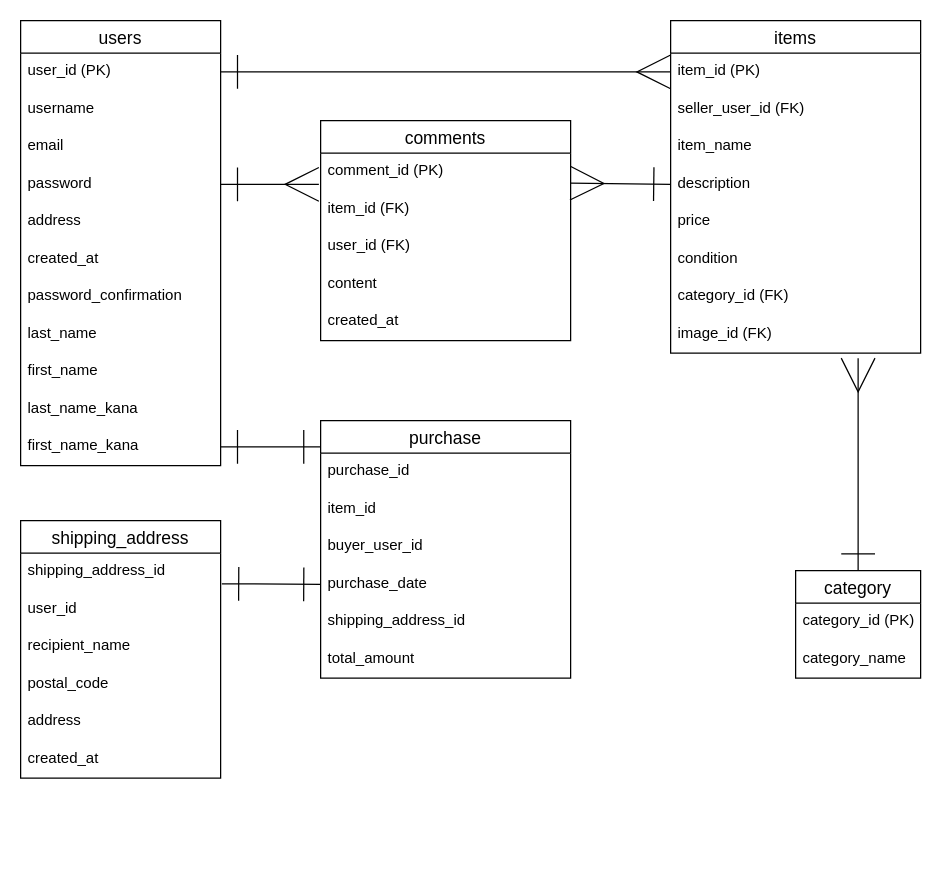
kny19/furima2-39639 keeps this draw.io diagram as test.dio. Above is the earlier version. Source tidied: cells renumbered, new cells numbered last; positions are measured from the earlier drawing's top-left corner, leaving out a move shared by most shapes. Both pictures are drawn from the tidied source at 125%, with x=0, y=0 at pixel (20, 20).
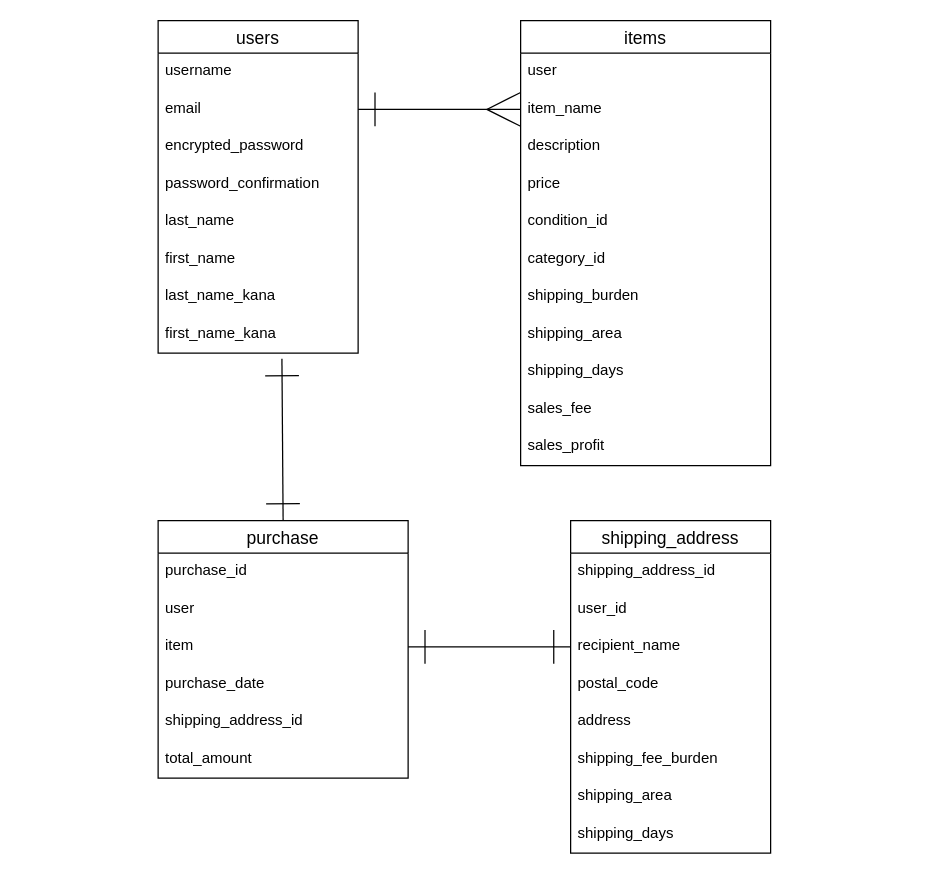
After the change.

Unchanged cells that the change refers to:
```xml
<mxCell id="35" value="user_id" style="text;strokeColor=none;fillColor=none;spacingLeft=4;spacingRight=4;overflow=hidden;points=[[0,0.5],[1,0.5]];portConstraint=eastwest;fontSize=12;" parent="33" vertex="1">
  <mxGeometry y="56" width="160" height="30" as="geometry" />
</mxCell>
<mxCell id="36" value="recipient_name" style="text;strokeColor=none;fillColor=none;spacingLeft=4;spacingRight=4;overflow=hidden;points=[[0,0.5],[1,0.5]];portConstraint=eastwest;fontSize=12;" parent="33" vertex="1">
  <mxGeometry y="86" width="160" height="30" as="geometry" />
</mxCell>
<mxCell id="48" value="purchase_date" style="text;strokeColor=none;fillColor=none;spacingLeft=4;spacingRight=4;overflow=hidden;points=[[0,0.5],[1,0.5]];portConstraint=eastwest;fontSize=12;" parent="44" vertex="1">
  <mxGeometry y="116" width="200" height="30" as="geometry" />
</mxCell>
```

Diff of the diagram source:
```diff
@@
     <mxCell id="2" value="users" style="swimlane;fontStyle=0;horizontal=1;startSize=26;align=center;fontSize=14;" parent="1" vertex="1">
-      <mxGeometry width="160" height="356" as="geometry" />
+      <mxGeometry x="110" width="160" height="266" as="geometry" />
     </mxCell>
-    <mxCell id="3" value="user_id (PK)" style="text;strokeColor=none;fillColor=none;spacingLeft=4;spacingRight=4;overflow=hidden;points=[[0,0.5],[1,0.5]];portConstraint=eastwest;fontSize=12;" parent="2" vertex="1">
+    <mxCell id="3" value="username" style="text;strokeColor=none;fillColor=none;spacingLeft=4;spacingRight=4;overflow=hidden;points=[[0,0.5],[1,0.5]];portConstraint=eastwest;fontSize=12;" parent="2" vertex="1">
       <mxGeometry y="26" width="160" height="30" as="geometry" />
     </mxCell>
-    <mxCell id="4" value="username" style="text;strokeColor=none;fillColor=none;spacingLeft=4;spacingRight=4;overflow=hidden;points=[[0,0.5],[1,0.5]];portConstraint=eastwest;fontSize=12;" parent="2" vertex="1">
+    <mxCell id="4" value="email" style="text;strokeColor=none;fillColor=none;spacingLeft=4;spacingRight=4;overflow=hidden;points=[[0,0.5],[1,0.5]];portConstraint=eastwest;fontSize=12;" parent="2" vertex="1">
       <mxGeometry y="56" width="160" height="30" as="geometry" />
     </mxCell>
-    <mxCell id="5" value="email" style="text;strokeColor=none;fillColor=none;spacingLeft=4;spacingRight=4;overflow=hidden;fontSize=12;" parent="2" vertex="1">
+    <mxCell id="5" value="encrypted_password" style="text;strokeColor=none;fillColor=none;spacingLeft=4;spacingRight=4;overflow=hidden;fontSize=12;" parent="2" vertex="1">
       <mxGeometry y="86" width="160" height="30" as="geometry" />
     </mxCell>
-    <mxCell id="6" value="password" style="text;strokeColor=none;fillColor=none;spacingLeft=4;spacingRight=4;overflow=hidden;points=[[0,0.5],[1,0.5]];portConstraint=eastwest;fontSize=12;" parent="2" vertex="1">
+    <mxCell id="6" value="password_confirmation" style="text;strokeColor=none;fillColor=none;spacingLeft=4;spacingRight=4;overflow=hidden;points=[[0,0.5],[1,0.5]];portConstraint=eastwest;fontSize=12;" parent="2" vertex="1">
       <mxGeometry y="116" width="160" height="30" as="geometry" />
     </mxCell>
-    <mxCell id="7" value="address" style="text;strokeColor=none;fillColor=none;spacingLeft=4;spacingRight=4;overflow=hidden;fontSize=12;" parent="2" vertex="1">
-      <mxGeometry y="146" width="160" height="30" as="geometry" />
-    </mxCell>
-    <mxCell id="8" value="created_at" style="text;strokeColor=none;fillColor=none;spacingLeft=4;spacingRight=4;overflow=hidden;fontSize=12;" parent="2" vertex="1">
-      <mxGeometry y="176" width="160" height="30" as="geometry" />
-    </mxCell>
-    <mxCell id="9" value="password_confirmation" style="text;strokeColor=none;fillColor=none;spacingLeft=4;spacingRight=4;overflow=hidden;fontSize=12;" parent="2" vertex="1">
-      <mxGeometry y="206" width="160" height="30" as="geometry" />
+    <mxCell id="9" value="last_name" style="text;strokeColor=none;fillColor=none;spacingLeft=4;spacingRight=4;overflow=hidden;fontSize=12;" parent="2" vertex="1">
+      <mxGeometry y="146" width="160" height="30" as="geometry" />
     </mxCell>
-    <mxCell id="10" value=" last_name" style="text;strokeColor=none;fillColor=none;spacingLeft=4;spacingRight=4;overflow=hidden;fontSize=12;" parent="2" vertex="1">
-      <mxGeometry y="236" width="160" height="30" as="geometry" />
+    <mxCell id="10" value="first_name" style="text;strokeColor=none;fillColor=none;spacingLeft=4;spacingRight=4;overflow=hidden;fontSize=12;" parent="2" vertex="1">
+      <mxGeometry y="176" width="160" height="30" as="geometry" />
     </mxCell>
-    <mxCell id="11" value="first_name" style="text;strokeColor=none;fillColor=none;spacingLeft=4;spacingRight=4;overflow=hidden;fontSize=12;" parent="2" vertex="1">
-      <mxGeometry y="266" width="160" height="30" as="geometry" />
+    <mxCell id="11" value="last_name_kana" style="text;strokeColor=none;fillColor=none;spacingLeft=4;spacingRight=4;overflow=hidden;fontSize=12;" parent="2" vertex="1">
+      <mxGeometry y="206" width="160" height="30" as="geometry" />
     </mxCell>
-    <mxCell id="12" value="last_name_kana" style="text;strokeColor=none;fillColor=none;spacingLeft=4;spacingRight=4;overflow=hidden;points=[[0,0.5],[1,0.5]];portConstraint=eastwest;fontSize=12;" parent="2" vertex="1">
-      <mxGeometry y="296" width="160" height="30" as="geometry" />
+    <mxCell id="12" value="first_name_kana" style="text;strokeColor=none;fillColor=none;spacingLeft=4;spacingRight=4;overflow=hidden;points=[[0,0.5],[1,0.5]];portConstraint=eastwest;fontSize=12;" parent="2" vertex="1">
+      <mxGeometry y="236" width="160" height="30" as="geometry" />
     </mxCell>
-    <mxCell id="13" value="first_name_kana" style="text;strokeColor=none;fillColor=none;spacingLeft=4;spacingRight=4;overflow=hidden;points=[[0,0.5],[1,0.5]];portConstraint=eastwest;fontSize=12;" parent="2" vertex="1">
-      <mxGeometry y="326" width="160" height="30" as="geometry" />
-    </mxCell>
     <mxCell id="14" value="items" style="swimlane;fontStyle=0;horizontal=1;startSize=26;align=center;fontSize=14;" parent="1" vertex="1">
-      <mxGeometry x="520" width="200" height="266" as="geometry" />
+      <mxGeometry x="400" width="200" height="356" as="geometry" />
     </mxCell>
-    <mxCell id="15" value="item_id (PK)" style="text;strokeColor=none;fillColor=none;spacingLeft=4;spacingRight=4;overflow=hidden;points=[[0,0.5],[1,0.5]];portConstraint=eastwest;fontSize=12;" parent="14" vertex="1">
+    <mxCell id="15" value="user" style="text;strokeColor=none;fillColor=none;spacingLeft=4;spacingRight=4;overflow=hidden;points=[[0,0.5],[1,0.5]];portConstraint=eastwest;fontSize=12;" parent="14" vertex="1">
       <mxGeometry y="26" width="200" height="30" as="geometry" />
     </mxCell>
-    <mxCell id="16" value="seller_user_id (FK)" style="text;strokeColor=none;fillColor=none;spacingLeft=4;spacingRight=4;overflow=hidden;points=[[0,0.5],[1,0.5]];portConstraint=eastwest;fontSize=12;" parent="14" vertex="1">
+    <mxCell id="16" value="item_name" style="text;strokeColor=none;fillColor=none;spacingLeft=4;spacingRight=4;overflow=hidden;points=[[0,0.5],[1,0.5]];portConstraint=eastwest;fontSize=12;" parent="14" vertex="1">
       <mxGeometry y="56" width="200" height="30" as="geometry" />
     </mxCell>
-    <mxCell id="17" value="item_name" style="text;strokeColor=none;fillColor=none;spacingLeft=4;spacingRight=4;overflow=hidden;fontSize=12;" parent="14" vertex="1">
+    <mxCell id="17" value="description" style="text;strokeColor=none;fillColor=none;spacingLeft=4;spacingRight=4;overflow=hidden;fontSize=12;" parent="14" vertex="1">
       <mxGeometry y="86" width="200" height="30" as="geometry" />
     </mxCell>
-    <mxCell id="18" value="description" style="text;strokeColor=none;fillColor=none;spacingLeft=4;spacingRight=4;overflow=hidden;points=[[0,0.5],[1,0.5]];portConstraint=eastwest;fontSize=12;" parent="14" vertex="1">
+    <mxCell id="18" value="price" style="text;strokeColor=none;fillColor=none;spacingLeft=4;spacingRight=4;overflow=hidden;points=[[0,0.5],[1,0.5]];portConstraint=eastwest;fontSize=12;" parent="14" vertex="1">
       <mxGeometry y="116" width="200" height="30" as="geometry" />
     </mxCell>
-    <mxCell id="19" value="price" style="text;strokeColor=none;fillColor=none;spacingLeft=4;spacingRight=4;overflow=hidden;fontSize=12;" parent="14" vertex="1">
+    <mxCell id="19" value="condition_id" style="text;strokeColor=none;fillColor=none;spacingLeft=4;spacingRight=4;overflow=hidden;fontSize=12;" parent="14" vertex="1">
       <mxGeometry y="146" width="200" height="30" as="geometry" />
     </mxCell>
-    <mxCell id="20" value="condition" style="text;strokeColor=none;fillColor=none;spacingLeft=4;spacingRight=4;overflow=hidden;fontSize=12;" parent="14" vertex="1">
+    <mxCell id="20" value="category_id" style="text;strokeColor=none;fillColor=none;spacingLeft=4;spacingRight=4;overflow=hidden;fontSize=12;" parent="14" vertex="1">
       <mxGeometry y="176" width="200" height="30" as="geometry" />
     </mxCell>
-    <mxCell id="21" value="category_id (FK)" style="text;strokeColor=none;fillColor=none;spacingLeft=4;spacingRight=4;overflow=hidden;fontSize=12;" parent="14" vertex="1">
+    <mxCell id="21" value="shipping_burden" style="text;strokeColor=none;fillColor=none;spacingLeft=4;spacingRight=4;overflow=hidden;fontSize=12;" parent="14" vertex="1">
       <mxGeometry y="206" width="200" height="30" as="geometry" />
     </mxCell>
+    <mxCell id="52" value="shipping_area" style="text;strokeColor=none;fillColor=none;spacingLeft=4;spacingRight=4;overflow=hidden;fontSize=12;" parent="14" vertex="1">
+      <mxGeometry y="236" width="200" height="30" as="geometry" />
+    </mxCell>
+    <mxCell id="53" value="shipping_days" style="text;strokeColor=none;fillColor=none;spacingLeft=4;spacingRight=4;overflow=hidden;fontSize=12;" parent="14" vertex="1">
+      <mxGeometry y="266" width="200" height="30" as="geometry" />
+    </mxCell>
+    <mxCell id="54" value="sales_fee" style="text;strokeColor=none;fillColor=none;spacingLeft=4;spacingRight=4;overflow=hidden;fontSize=12;" parent="14" vertex="1">
+      <mxGeometry y="296" width="200" height="30" as="geometry" />
+    </mxCell>
-    <mxCell id="22" value="image_id (FK)" style="text;strokeColor=none;fillColor=none;spacingLeft=4;spacingRight=4;overflow=hidden;fontSize=12;" parent="14" vertex="1">
-      <mxGeometry y="236" width="200" height="30" as="geometry" />
+    <mxCell id="22" value="sales_profit" style="text;strokeColor=none;fillColor=none;spacingLeft=4;spacingRight=4;overflow=hidden;fontSize=12;" parent="14" vertex="1">
+      <mxGeometry y="326" width="200" height="30" as="geometry" />
     </mxCell>
-    <mxCell id="23" value="comments" style="swimlane;fontStyle=0;horizontal=1;startSize=26;align=center;fontSize=14;" parent="1" vertex="1">
-      <mxGeometry x="240" y="80" width="200" height="176" as="geometry" />
-    </mxCell>
-    <mxCell id="24" value="comment_id (PK)" style="text;strokeColor=none;fillColor=none;spacingLeft=4;spacingRight=4;overflow=hidden;points=[[0,0.5],[1,0.5]];portConstraint=eastwest;fontSize=12;" parent="23" vertex="1">
-      <mxGeometry y="26" width="200" height="30" as="geometry" />
-    </mxCell>
-    <mxCell id="25" value="item_id (FK)" style="text;strokeColor=none;fillColor=none;spacingLeft=4;spacingRight=4;overflow=hidden;fontSize=12;" parent="23" vertex="1">
-      <mxGeometry y="56" width="200" height="30" as="geometry" />
-    </mxCell>
-    <mxCell id="26" value="user_id (FK)" style="text;strokeColor=none;fillColor=none;spacingLeft=4;spacingRight=4;overflow=hidden;fontSize=12;" parent="23" vertex="1">
-      <mxGeometry y="86" width="200" height="30" as="geometry" />
-    </mxCell>
-    <mxCell id="27" value="content" style="text;strokeColor=none;fillColor=none;spacingLeft=4;spacingRight=4;overflow=hidden;fontSize=12;" parent="23" vertex="1">
-      <mxGeometry y="116" width="200" height="30" as="geometry" />
-    </mxCell>
-    <mxCell id="28" value="created_at" style="text;strokeColor=none;fillColor=none;spacingLeft=4;spacingRight=4;overflow=hidden;fontSize=12;" parent="23" vertex="1">
-      <mxGeometry y="146" width="200" height="30" as="geometry" />
-    </mxCell>
-    <mxCell id="29" style="edgeStyle=none;html=1;exitX=0.5;exitY=0;exitDx=0;exitDy=0;startArrow=ERone;startFill=0;endArrow=ERmany;endFill=0;startSize=25;endSize=25;targetPerimeterSpacing=21;" parent="1" edge="1" source="30">
-      <mxGeometry relative="1" as="geometry">
-        <mxPoint x="670" y="270" as="targetPoint" />
-      </mxGeometry>
-    </mxCell>
-    <mxCell id="30" value="category" style="swimlane;fontStyle=0;horizontal=1;startSize=26;align=center;fontSize=14;" parent="1" vertex="1">
-      <mxGeometry x="620" y="440" width="100" height="86" as="geometry" />
-    </mxCell>
-    <mxCell id="31" value="category_id (PK)" style="text;strokeColor=none;fillColor=none;spacingLeft=4;spacingRight=4;overflow=hidden;fontSize=12;" parent="30" vertex="1">
-      <mxGeometry y="26" width="100" height="30" as="geometry" />
-    </mxCell>
-    <mxCell id="32" value="category_name" style="text;strokeColor=none;fillColor=none;spacingLeft=4;spacingRight=4;overflow=hidden;fontSize=12;" parent="30" vertex="1">
-      <mxGeometry y="56" width="100" height="30" as="geometry" />
-    </mxCell>
     <mxCell id="33" value="shipping_address" style="swimlane;fontStyle=0;horizontal=1;startSize=26;align=center;fontSize=14;" parent="1" vertex="1">
-      <mxGeometry y="400" width="160" height="206" as="geometry" />
+      <mxGeometry x="440" y="400" width="160" height="266" as="geometry" />
     </mxCell>
@@
-    <mxCell id="39" value="created_at" style="text;strokeColor=none;fillColor=none;spacingLeft=4;spacingRight=4;overflow=hidden;fontSize=12;" parent="33" vertex="1">
+    <mxCell id="39" value="shipping_fee_burden" style="text;strokeColor=none;fillColor=none;spacingLeft=4;spacingRight=4;overflow=hidden;fontSize=12;" parent="33" vertex="1">
       <mxGeometry y="176" width="160" height="30" as="geometry" />
     </mxCell>
-    <mxCell id="40" style="edgeStyle=none;html=1;exitX=1;exitY=0.5;exitDx=0;exitDy=0;entryX=0;entryY=0.5;entryDx=0;entryDy=0;endArrow=ERmany;endFill=0;startArrow=ERone;startFill=0;endSize=25;startSize=25;targetPerimeterSpacing=21;" parent="1" edge="1" source="3" target="15">
-      <mxGeometry relative="1" as="geometry" />
-    </mxCell>
-    <mxCell id="41" style="edgeStyle=none;html=1;exitX=1;exitY=0.5;exitDx=0;exitDy=0;startArrow=ERone;startFill=0;endArrow=ERmany;endFill=0;startSize=25;endSize=25;targetPerimeterSpacing=21;entryX=-0.007;entryY=0.833;entryDx=0;entryDy=0;entryPerimeter=0;" parent="1" edge="1" source="6" target="24">
-      <mxGeometry relative="1" as="geometry" />
-    </mxCell>
-    <mxCell id="42" style="edgeStyle=none;html=1;exitX=0;exitY=0.5;exitDx=0;exitDy=0;entryX=0.998;entryY=0.8;entryDx=0;entryDy=0;entryPerimeter=0;startArrow=ERone;startFill=0;endArrow=ERmany;endFill=0;startSize=25;endSize=25;targetPerimeterSpacing=21;" parent="1" edge="1" source="18" target="24">
-      <mxGeometry relative="1" as="geometry" />
-    </mxCell>
-    <mxCell id="43" style="edgeStyle=none;html=1;exitX=1;exitY=0.5;exitDx=0;exitDy=0;startArrow=ERone;startFill=0;endArrow=ERone;endFill=0;startSize=25;endSize=25;targetPerimeterSpacing=21;" parent="1" edge="1" source="13">
-      <mxGeometry relative="1" as="geometry">
-        <mxPoint x="240" y="341" as="targetPoint" />
-      </mxGeometry>
-    </mxCell>
+    <mxCell id="55" value="shipping_area" style="text;strokeColor=none;fillColor=none;spacingLeft=4;spacingRight=4;overflow=hidden;fontSize=12;" parent="33" vertex="1">
+      <mxGeometry y="206" width="160" height="30" as="geometry" />
+    </mxCell>
+    <mxCell id="56" value="shipping_days" style="text;strokeColor=none;fillColor=none;spacingLeft=4;spacingRight=4;overflow=hidden;fontSize=12;" parent="33" vertex="1">
+      <mxGeometry y="236" width="160" height="30" as="geometry" />
+    </mxCell>
+    <mxCell id="57" style="edgeStyle=none;html=1;exitX=0.5;exitY=0;exitDx=0;exitDy=0;entryX=0.619;entryY=1.15;entryDx=0;entryDy=0;entryPerimeter=0;startArrow=ERone;startFill=0;endArrow=ERone;endFill=0;startSize=25;endSize=25;targetPerimeterSpacing=21;" parent="1" edge="1" source="44" target="12">
+      <mxGeometry relative="1" as="geometry" />
+    </mxCell>
     <mxCell id="44" value="purchase" style="swimlane;fontStyle=0;horizontal=1;startSize=26;align=center;fontSize=14;" parent="1" vertex="1">
-      <mxGeometry x="240" y="320" width="200" height="206" as="geometry" />
+      <mxGeometry x="110" y="400" width="200" height="206" as="geometry" />
     </mxCell>
@@
-    <mxCell id="46" value="item_id" style="text;strokeColor=none;fillColor=none;spacingLeft=4;spacingRight=4;overflow=hidden;fontSize=12;" parent="44" vertex="1">
+    <mxCell id="46" value="user" style="text;strokeColor=none;fillColor=none;spacingLeft=4;spacingRight=4;overflow=hidden;fontSize=12;" parent="44" vertex="1">
       <mxGeometry y="56" width="200" height="30" as="geometry" />
     </mxCell>
-    <mxCell id="47" value="buyer_user_id" style="text;strokeColor=none;fillColor=none;spacingLeft=4;spacingRight=4;overflow=hidden;points=[[0,0.5],[1,0.5]];portConstraint=eastwest;fontSize=12;" parent="44" vertex="1">
+    <mxCell id="47" value="item" style="text;strokeColor=none;fillColor=none;spacingLeft=4;spacingRight=4;overflow=hidden;points=[[0,0.5],[1,0.5]];portConstraint=eastwest;fontSize=12;" parent="44" vertex="1">
       <mxGeometry y="86" width="200" height="30" as="geometry" />
     </mxCell>
@@
-    <mxCell id="51" style="edgeStyle=none;html=1;exitX=0;exitY=0.5;exitDx=0;exitDy=0;startArrow=ERone;startFill=0;endArrow=ERone;endFill=0;startSize=25;endSize=25;targetPerimeterSpacing=21;entryX=1.006;entryY=-0.183;entryDx=0;entryDy=0;entryPerimeter=0;" parent="1" edge="1" source="48" target="35">
-      <mxGeometry relative="1" as="geometry" />
-    </mxCell>
+    <mxCell id="58" style="edgeStyle=none;html=1;exitX=1;exitY=0.5;exitDx=0;exitDy=0;entryX=0;entryY=0.5;entryDx=0;entryDy=0;startArrow=ERone;startFill=0;endArrow=ERmany;endFill=0;startSize=25;endSize=25;targetPerimeterSpacing=21;" parent="1" edge="1" source="4" target="16">
+      <mxGeometry relative="1" as="geometry" />
+    </mxCell>
+    <mxCell id="59" style="edgeStyle=none;html=1;exitX=1;exitY=0.5;exitDx=0;exitDy=0;entryX=0;entryY=0.5;entryDx=0;entryDy=0;startArrow=ERone;startFill=0;endArrow=ERone;endFill=0;startSize=25;endSize=25;targetPerimeterSpacing=21;" parent="1" edge="1" source="47" target="36">
+      <mxGeometry relative="1" as="geometry" />
+    </mxCell>
```
